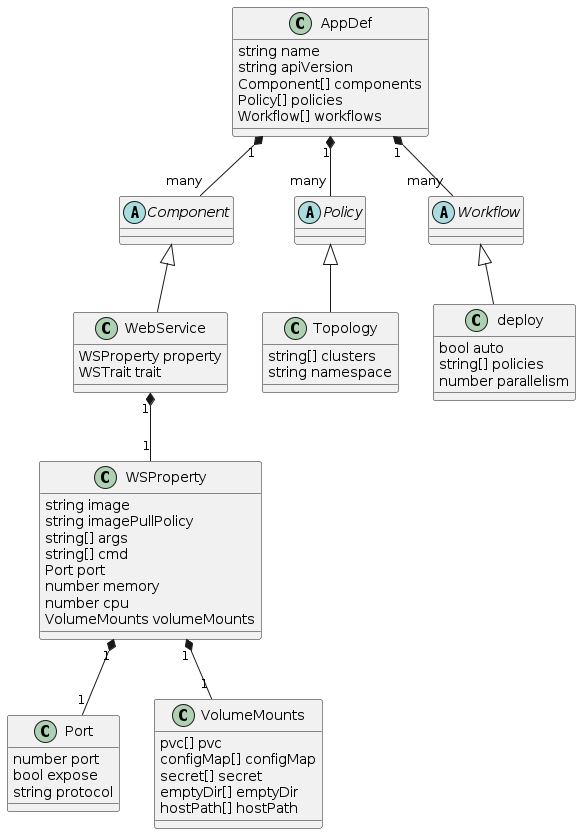
Earlier version of the PlantUML export docs/model/aom.png (WFUing/aom). The source it was exported from:
```plantuml
@startuml aom

class AppDef {
    string name
    string apiVersion
    Component[] components
    Policy[] policies
    Workflow[] workflows
}

abstract class Component {
}

class WebService {
    WSProperty property
    WSTrait trait
}

class WSProperty {
    string image
    string imagePullPolicy
    string[] args
    string[] cmd
    Port port
    number memory
    number cpu
    VolumeMounts volumeMounts
}

class Port {
    number port
    bool expose
    string protocol
}

class VolumeMounts {
    pvc[] pvc
    configMap[] configMap
    secret[] secret
    emptyDir[] emptyDir
    hostPath[] hostPath
}

abstract class Policy {

}

class Topology {
    string[] clusters
    string namespace
}

abstract class Workflow {

}

class deploy {
    bool auto
    string[] policies
    number parallelism
}

AppDef "1" *-- "many" Component
AppDef "1" *-- "many" Policy
AppDef "1" *-- "many" Workflow
Component <|-- WebService
WebService "1" *-- "1" WSProperty
WSProperty "1" *-- "1" VolumeMounts
WSProperty "1" *-- "1" Port
Policy <|-- Topology
Workflow <|-- deploy
@enduml
```
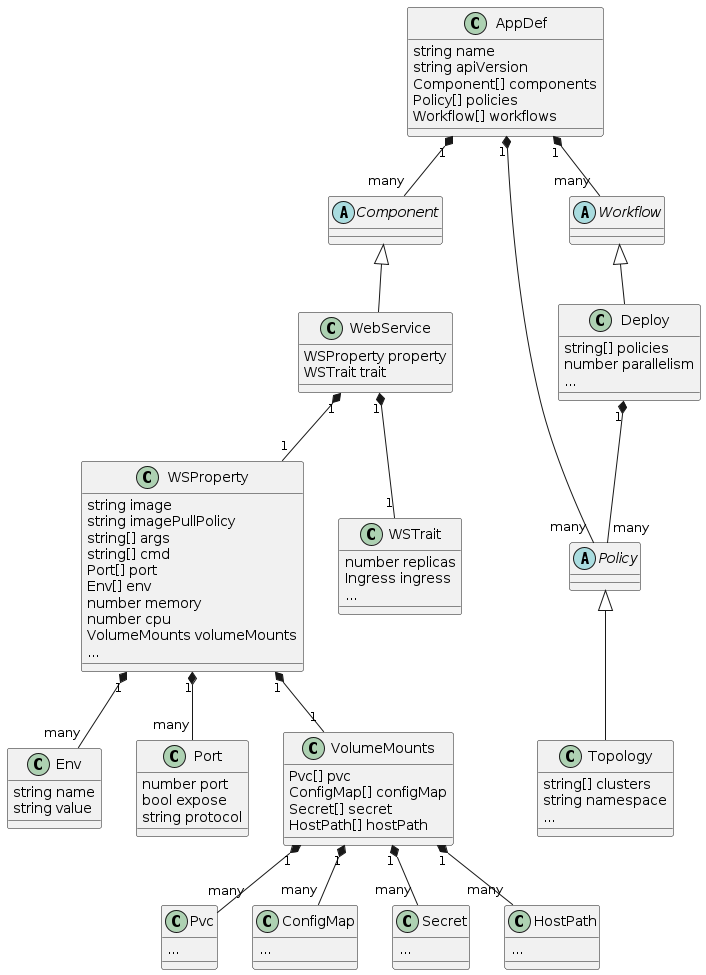
The same diagram one commit later.

Diff of the diagram source:
```diff
@@ -21,10 +21,23 @@
     string imagePullPolicy
     string[] args
     string[] cmd
-    Port port
+    Port[] port
+    Env[] env
     number memory
     number cpu
     VolumeMounts volumeMounts
+    ...
+}
+
+class Env {
+    string name
+    string value
+}
+
+class WSTrait {
+    number replicas
+    Ingress ingress
+    ...
 }
 
 class Port {
@@ -34,11 +47,26 @@
 }
 
 class VolumeMounts {
-    pvc[] pvc
-    configMap[] configMap
-    secret[] secret
-    emptyDir[] emptyDir
-    hostPath[] hostPath
+    Pvc[] pvc
+    ConfigMap[] configMap
+    Secret[] secret
+    HostPath[] hostPath
+}
+
+class Pvc {
+    ...
+}
+
+class ConfigMap {
+    ...
+}
+
+class Secret {
+    ...
+}
+
+class HostPath{
+    ...
 }
 
 abstract class Policy {
@@ -48,16 +76,17 @@
 class Topology {
     string[] clusters
     string namespace
+    ...
 }
 
 abstract class Workflow {
 
 }
 
-class deploy {
-    bool auto
+class Deploy {
     string[] policies
     number parallelism
+    ...
 }
 
 AppDef "1" *-- "many" Component
@@ -65,8 +94,15 @@
 AppDef "1" *-- "many" Workflow
 Component <|-- WebService
 WebService "1" *-- "1" WSProperty
+WebService "1" *-- "1" WSTrait
 WSProperty "1" *-- "1" VolumeMounts
-WSProperty "1" *-- "1" Port
+WSProperty "1" *-- "many" Port
 Policy <|-- Topology
-Workflow <|-- deploy
+Workflow <|-- Deploy
+Deploy "1" *-- "many" Policy
+VolumeMounts "1" *-- "many" Pvc
+VolumeMounts "1" *-- "many" ConfigMap
+VolumeMounts "1" *-- "many" Secret
+VolumeMounts "1" *-- "many" HostPath
+WSProperty "1" *-- "many" Env
 @enduml
```
